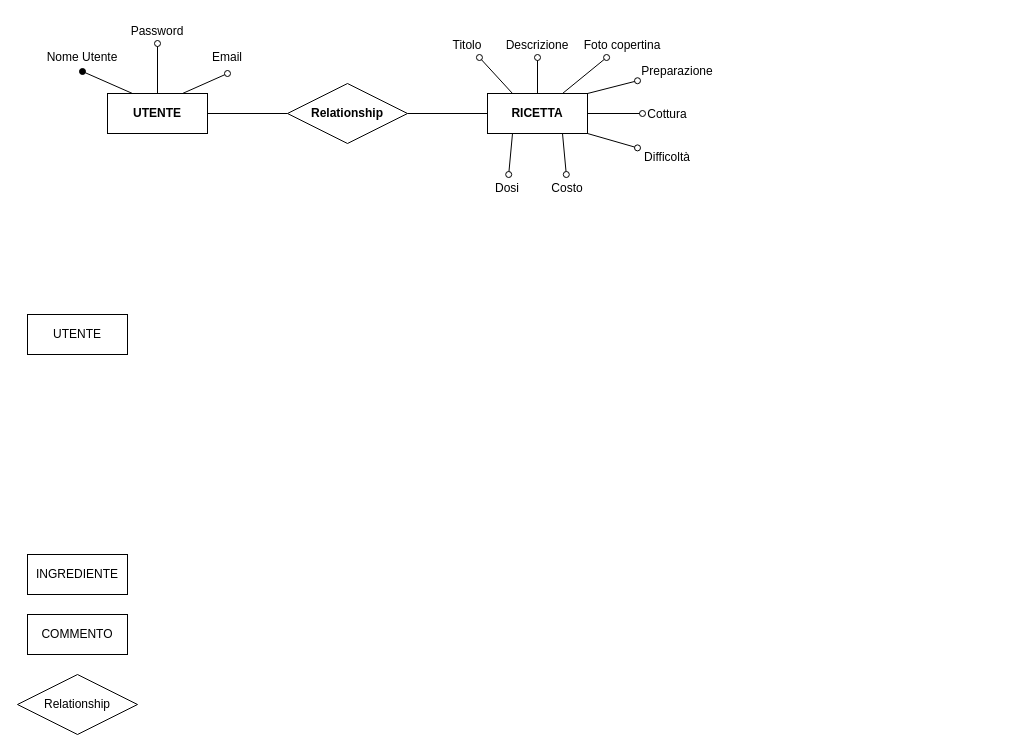
Before: progetto/Untitled Diagram.drawio in m0canu1/database, a draw.io diagram. Source tidied: cells renumbered, new cells numbered last; positions are measured from the earlier drawing's top-left corner, leaving out a move shared by most shapes. Both pictures are drawn from the tidied source at 100%, with x=0, y=0 at pixel (17, 17).
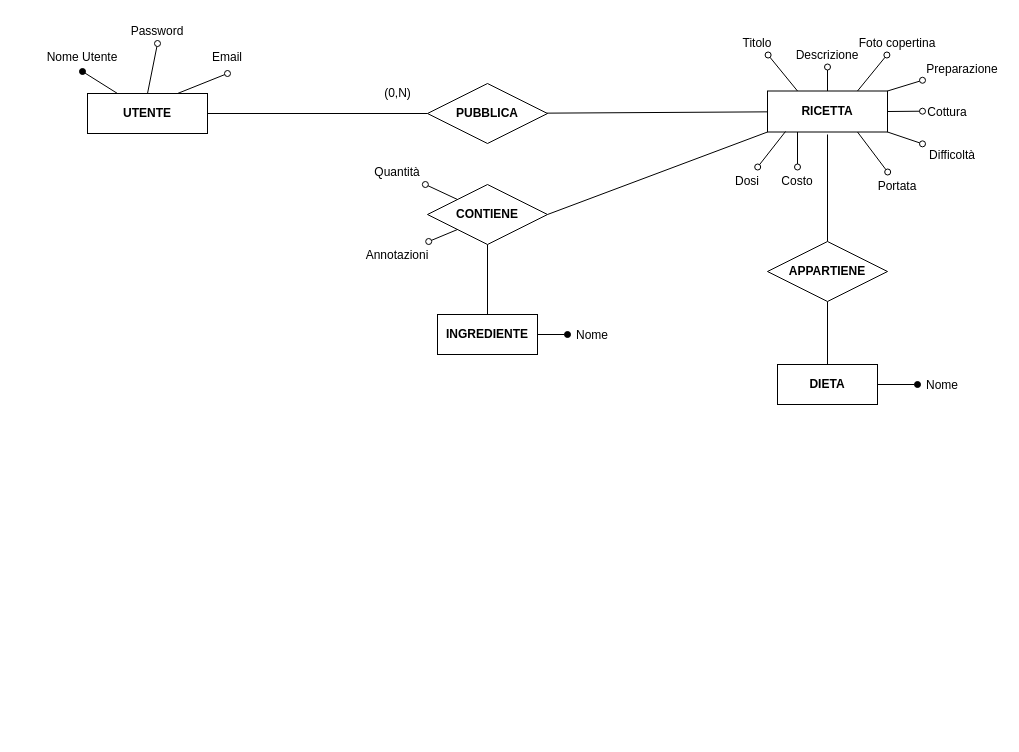
Above is the later version.

Diff of the diagram source:
```diff
@@
     <mxCell id="2" value="UTENTE" style="whiteSpace=wrap;html=1;align=center;rounded=0;shadow=0;glass=0;comic=0;verticalAlign=middle;horizontal=1;fontStyle=1;" parent="1" vertex="1">
-      <mxGeometry x="90" y="76" width="100" height="40" as="geometry" />
+      <mxGeometry x="70" y="76" width="120" height="40" as="geometry" />
     </mxCell>
+    <mxCell id="33" style="edgeStyle=none;jettySize=auto;html=1;exitX=1;exitY=0.5;exitDx=0;exitDy=0;startArrow=none;startFill=0;endArrow=oval;endFill=1;endSize=6;fontSize=12;align=center;" parent="1" edge="1" source="3" target="48">
+      <mxGeometry relative="1" as="geometry" />
+    </mxCell>
-    <mxCell id="3" value="UTENTE" style="whiteSpace=wrap;html=1;align=center;rounded=0;shadow=0;glass=0;comic=0;" parent="1" vertex="1">
-      <mxGeometry x="10" y="297" width="100" height="40" as="geometry" />
+    <mxCell id="3" value="DIETA" style="whiteSpace=wrap;html=1;align=center;rounded=0;shadow=0;glass=0;comic=0;fontStyle=1;" parent="1" vertex="1">
+      <mxGeometry x="760" y="347" width="100" height="40" as="geometry" />
     </mxCell>
@@
     <mxCell id="5" value="RICETTA" style="whiteSpace=wrap;html=1;align=center;verticalAlign=middle;horizontal=1;fontStyle=1;" parent="1" vertex="1">
-      <mxGeometry x="470" y="76" width="100" height="40" as="geometry" />
+      <mxGeometry x="750" y="73.5" width="120" height="41" as="geometry" />
     </mxCell>
+    <mxCell id="34" style="edgeStyle=none;jettySize=auto;html=1;entryX=0.5;entryY=1;entryDx=0;entryDy=0;startArrow=none;startFill=0;endArrow=none;endFill=0;endSize=6;fontSize=12;align=center;" parent="1" edge="1" source="6" target="14">
+      <mxGeometry relative="1" as="geometry" />
+    </mxCell>
+    <mxCell id="35" style="edgeStyle=none;jettySize=auto;html=1;startArrow=none;startFill=0;endArrow=oval;endFill=1;endSize=6;fontSize=12;align=center;" parent="1" edge="1" source="6" target="41">
+      <mxGeometry relative="1" as="geometry" />
+    </mxCell>
-    <mxCell id="6" value="INGREDIENTE" style="whiteSpace=wrap;html=1;align=center;" parent="1" vertex="1">
-      <mxGeometry x="10" y="537" width="100" height="40" as="geometry" />
+    <mxCell id="6" value="INGREDIENTE" style="whiteSpace=wrap;html=1;align=center;fontStyle=1;" parent="1" vertex="1">
+      <mxGeometry x="420" y="297" width="100" height="40" as="geometry" />
     </mxCell>
-    <mxCell id="7" value="COMMENTO" style="whiteSpace=wrap;html=1;align=center;" parent="1" vertex="1">
-      <mxGeometry x="10" y="597" width="100" height="40" as="geometry" />
-    </mxCell>
@@
+    <mxCell id="36" style="edgeStyle=none;jettySize=auto;html=1;entryX=0;entryY=1;entryDx=0;entryDy=0;startArrow=none;startFill=0;endArrow=none;endFill=0;endSize=6;fontSize=12;align=center;exitX=1;exitY=0.5;exitDx=0;exitDy=0;" parent="1" edge="1" source="14" target="5">
+      <mxGeometry relative="1" as="geometry" />
+    </mxCell>
+    <mxCell id="37" style="edgeStyle=none;jettySize=auto;html=1;exitX=0;exitY=0;exitDx=0;exitDy=0;startArrow=none;startFill=0;endArrow=oval;endFill=0;endSize=6;fontSize=12;align=center;" parent="1" edge="1" source="14" target="42">
+      <mxGeometry relative="1" as="geometry" />
+    </mxCell>
+    <mxCell id="38" style="edgeStyle=none;jettySize=auto;html=1;exitX=0;exitY=1;exitDx=0;exitDy=0;startArrow=none;startFill=0;endArrow=oval;endFill=0;endSize=6;fontSize=12;align=center;" parent="1" edge="1" source="14" target="43">
+      <mxGeometry relative="1" as="geometry" />
+    </mxCell>
-    <mxCell id="14" value="Relationship" style="shape=rhombus;perimeter=rhombusPerimeter;whiteSpace=wrap;html=1;align=center;rounded=0;shadow=0;glass=0;comic=0;fontSize=12;" parent="1" vertex="1">
-      <mxGeometry y="657" width="120" height="60" as="geometry" />
+    <mxCell id="14" value="CONTIENE" style="shape=rhombus;perimeter=rhombusPerimeter;whiteSpace=wrap;html=1;align=center;rounded=0;shadow=0;glass=0;comic=0;fontSize=12;fontStyle=1;" parent="1" vertex="1">
+      <mxGeometry x="410" y="167" width="120" height="60" as="geometry" />
     </mxCell>
-    <mxCell id="15" style="edgeStyle=none;jettySize=auto;html=1;startArrow=none;startFill=0;endArrow=none;endFill=0;endSize=6;fontSize=12;align=center;verticalAlign=middle;horizontal=1;" parent="1" edge="1" source="16" target="2">
+    <mxCell id="15" style="edgeStyle=none;jettySize=auto;html=1;startArrow=none;startFill=0;endArrow=none;endFill=0;endSize=6;fontSize=12;align=center;verticalAlign=middle;horizontal=1;labelPosition=right;verticalLabelPosition=middle;" parent="1" edge="1" source="16" target="2">
       <mxGeometry relative="1" as="geometry" />
     </mxCell>
-    <mxCell id="16" value="Relationship" style="shape=rhombus;perimeter=rhombusPerimeter;whiteSpace=wrap;html=1;align=center;rounded=0;shadow=0;glass=0;comic=0;fontSize=12;verticalAlign=middle;horizontal=1;fontStyle=1;" parent="1" vertex="1">
-      <mxGeometry x="270" y="66" width="120" height="60" as="geometry" />
+    <mxCell id="16" value="PUBBLICA" style="shape=rhombus;perimeter=rhombusPerimeter;whiteSpace=wrap;html=1;align=center;rounded=0;shadow=0;glass=0;comic=0;fontSize=12;verticalAlign=middle;horizontal=1;fontStyle=1;" parent="1" vertex="1">
+      <mxGeometry x="410" y="66" width="120" height="60" as="geometry" />
     </mxCell>
@@
     <mxCell id="20" value="Titolo" style="text;strokeColor=none;fillColor=none;spacingLeft=4;spacingRight=4;overflow=hidden;points=[[0,0.5],[1,0.5]];portConstraint=eastwest;fontSize=12;align=center;verticalAlign=middle;horizontal=1;" parent="1" vertex="1">
-      <mxGeometry x="430" y="14" width="40" height="26" as="geometry" />
+      <mxGeometry x="720" y="11.5" width="40" height="26" as="geometry" />
     </mxCell>
     <mxCell id="21" value="Descrizione" style="text;strokeColor=none;fillColor=none;spacingLeft=4;spacingRight=4;overflow=hidden;points=[[0,0.5],[1,0.5]];portConstraint=eastwest;fontSize=12;align=center;verticalAlign=middle;horizontal=1;" parent="1" vertex="1">
-      <mxGeometry x="485" y="14" width="70" height="26" as="geometry" />
+      <mxGeometry x="775" y="23.5" width="70" height="26" as="geometry" />
     </mxCell>
     <mxCell id="22" value="Foto copertina" style="text;strokeColor=none;fillColor=none;spacingLeft=4;spacingRight=4;overflow=hidden;points=[[0,0.5],[1,0.5]];portConstraint=eastwest;fontSize=12;align=center;verticalAlign=middle;horizontal=1;" parent="1" vertex="1">
-      <mxGeometry x="560" y="14" width="90" height="26" as="geometry" />
+      <mxGeometry x="835" y="11.5" width="90" height="26" as="geometry" />
     </mxCell>
-    <mxCell id="23" style="fontSize=12;html=1;endArrow=oval;endFill=0;exitX=0.75;exitY=1;exitDx=0;exitDy=0;align=center;verticalAlign=middle;horizontal=1;" parent="1" edge="1" source="5" target="24">
+    <mxCell id="23" style="fontSize=12;html=1;endArrow=oval;endFill=0;align=center;verticalAlign=middle;horizontal=1;exitX=0.25;exitY=1;exitDx=0;exitDy=0;" parent="1" edge="1" source="5" target="24">
       <mxGeometry relative="1" as="geometry" />
     </mxCell>
     <mxCell id="24" value="Costo" style="text;strokeColor=none;fillColor=none;spacingLeft=4;spacingRight=4;overflow=hidden;points=[[0,0.5],[1,0.5]];portConstraint=eastwest;fontSize=12;align=center;verticalAlign=middle;horizontal=1;" parent="1" vertex="1">
-      <mxGeometry x="530" y="157" width="40" height="26" as="geometry" />
+      <mxGeometry x="760" y="149.5" width="40" height="26" as="geometry" />
     </mxCell>
@@
     <mxCell id="26" value="Difficoltà" style="text;strokeColor=none;fillColor=none;spacingLeft=4;spacingRight=4;overflow=hidden;points=[[0,0.5],[1,0.5]];portConstraint=eastwest;fontSize=12;align=center;verticalAlign=middle;horizontal=1;" parent="1" vertex="1">
-      <mxGeometry x="620" y="126" width="60" height="26" as="geometry" />
+      <mxGeometry x="905" y="123.5" width="60" height="26" as="geometry" />
     </mxCell>
-    <mxCell id="27" style="fontSize=12;html=1;endArrow=oval;endFill=0;exitX=0.25;exitY=1;exitDx=0;exitDy=0;align=center;verticalAlign=middle;horizontal=1;" parent="1" edge="1" source="5" target="28">
+    <mxCell id="27" style="fontSize=12;html=1;endArrow=oval;endFill=0;align=center;verticalAlign=middle;horizontal=1;exitX=0.15;exitY=0.988;exitDx=0;exitDy=0;exitPerimeter=0;" parent="1" edge="1" source="5" target="28">
       <mxGeometry relative="1" as="geometry" />
     </mxCell>
     <mxCell id="28" value="Dosi" style="text;strokeColor=none;fillColor=none;spacingLeft=4;spacingRight=4;overflow=hidden;points=[[0,0.5],[1,0.5]];portConstraint=eastwest;fontSize=12;align=center;verticalAlign=middle;horizontal=1;" parent="1" vertex="1">
-      <mxGeometry x="470" y="157" width="40" height="26" as="geometry" />
+      <mxGeometry x="710" y="149.5" width="40" height="26" as="geometry" />
     </mxCell>
@@
     <mxCell id="30" value="Preparazione" style="text;strokeColor=none;fillColor=none;spacingLeft=4;spacingRight=4;overflow=hidden;points=[[0,0.5],[1,0.5]];portConstraint=eastwest;fontSize=12;align=center;verticalAlign=middle;horizontal=1;" parent="1" vertex="1">
-      <mxGeometry x="620" y="40" width="80" height="26" as="geometry" />
+      <mxGeometry x="905" y="37.5" width="80" height="26" as="geometry" />
     </mxCell>
@@
     <mxCell id="32" value="Cottura" style="text;strokeColor=none;fillColor=none;spacingLeft=4;spacingRight=4;overflow=hidden;points=[[0,0.5],[1,0.5]];portConstraint=eastwest;fontSize=12;align=center;verticalAlign=middle;horizontal=1;" parent="1" vertex="1">
-      <mxGeometry x="625" y="83" width="50" height="26" as="geometry" />
+      <mxGeometry x="905" y="80.5" width="50" height="26" as="geometry" />
     </mxCell>
+    <mxCell id="39" style="fontSize=12;html=1;endArrow=oval;endFill=0;exitX=0.75;exitY=1;exitDx=0;exitDy=0;align=center;" parent="1" edge="1" source="5" target="40">
+      <mxGeometry relative="1" as="geometry" />
+    </mxCell>
+    <mxCell id="40" value="Portata" style="text;strokeColor=none;fillColor=none;spacingLeft=4;spacingRight=4;overflow=hidden;points=[[0,0.5],[1,0.5]];portConstraint=eastwest;fontSize=12;align=center;" parent="1" vertex="1">
+      <mxGeometry x="855" y="154.5" width="50" height="26" as="geometry" />
+    </mxCell>
+    <mxCell id="41" value="Nome" style="text;strokeColor=none;fillColor=none;spacingLeft=4;spacingRight=4;overflow=hidden;points=[[0,0.5],[1,0.5]];portConstraint=eastwest;fontSize=12;align=center;" parent="1" vertex="1">
+      <mxGeometry x="550" y="304" width="50" height="26" as="geometry" />
+    </mxCell>
+    <mxCell id="42" value="Quantità" style="text;strokeColor=none;fillColor=none;spacingLeft=4;spacingRight=4;overflow=hidden;points=[[0,0.5],[1,0.5]];portConstraint=eastwest;fontSize=12;align=center;" parent="1" vertex="1">
+      <mxGeometry x="350" y="141" width="60" height="26" as="geometry" />
+    </mxCell>
+    <mxCell id="43" value="Annotazioni" style="text;strokeColor=none;fillColor=none;spacingLeft=4;spacingRight=4;overflow=hidden;points=[[0,0.5],[1,0.5]];portConstraint=eastwest;fontSize=12;align=center;" parent="1" vertex="1">
+      <mxGeometry x="340" y="224" width="80" height="26" as="geometry" />
+    </mxCell>
+    <mxCell id="44" value="(0,N)" style="text;html=1;align=center;verticalAlign=middle;fontSize=12;labelPosition=center;verticalLabelPosition=middle;" parent="1" vertex="1">
+      <mxGeometry x="360" y="66" width="40" height="20" as="geometry" />
+    </mxCell>
+    <mxCell id="45" style="edgeStyle=none;jettySize=auto;html=1;startArrow=none;startFill=0;endArrow=none;endFill=0;endSize=6;fontSize=12;align=center;" parent="1" edge="1" source="47">
+      <mxGeometry relative="1" as="geometry">
+        <mxPoint x="810" y="117" as="targetPoint" />
+      </mxGeometry>
+    </mxCell>
+    <mxCell id="46" style="edgeStyle=none;jettySize=auto;html=1;exitX=0.5;exitY=1;exitDx=0;exitDy=0;entryX=0.5;entryY=0;entryDx=0;entryDy=0;startArrow=none;startFill=0;endArrow=none;endFill=0;endSize=6;fontSize=12;align=center;" parent="1" edge="1" source="47" target="3">
+      <mxGeometry relative="1" as="geometry" />
+    </mxCell>
+    <mxCell id="47" value="APPARTIENE" style="shape=rhombus;perimeter=rhombusPerimeter;whiteSpace=wrap;html=1;align=center;rounded=0;shadow=0;glass=0;comic=0;fontSize=12;fontStyle=1;" parent="1" vertex="1">
+      <mxGeometry x="750" y="224" width="120" height="60" as="geometry" />
+    </mxCell>
+    <mxCell id="48" value="Nome" style="text;strokeColor=none;fillColor=none;spacingLeft=4;spacingRight=4;overflow=hidden;points=[[0,0.5],[1,0.5]];portConstraint=eastwest;fontSize=12;align=center;" parent="1" vertex="1">
+      <mxGeometry x="900" y="354" width="50" height="26" as="geometry" />
+    </mxCell>
```
